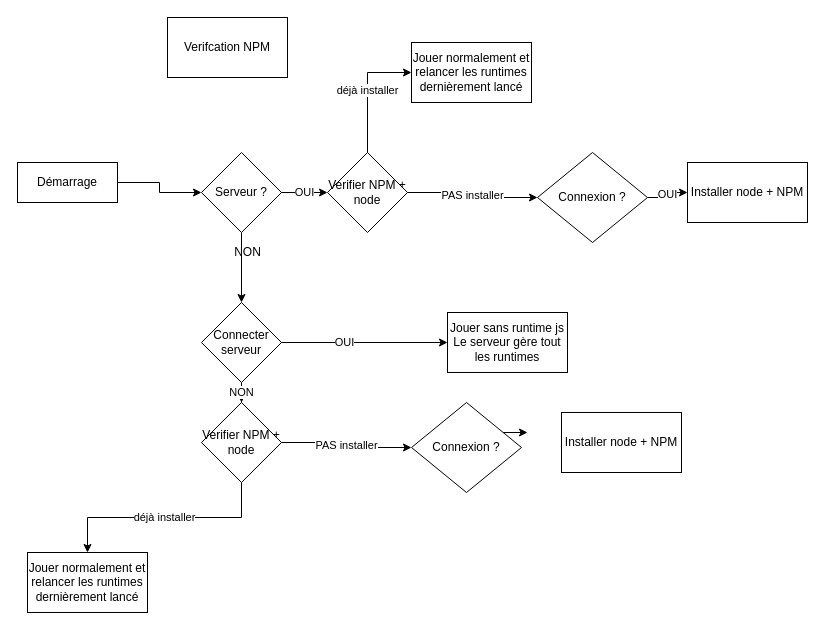
mycomputerjs/Schema keeps this draw.io diagram as brainstorming/mon idée.drawio. Above is the earlier version. Source tidied: cells renumbered, new cells numbered last; positions are measured from the earlier drawing's top-left corner, leaving out a move shared by most shapes. Both pictures are drawn from the tidied source at 100%, with x=0, y=0 at pixel (17, 17).
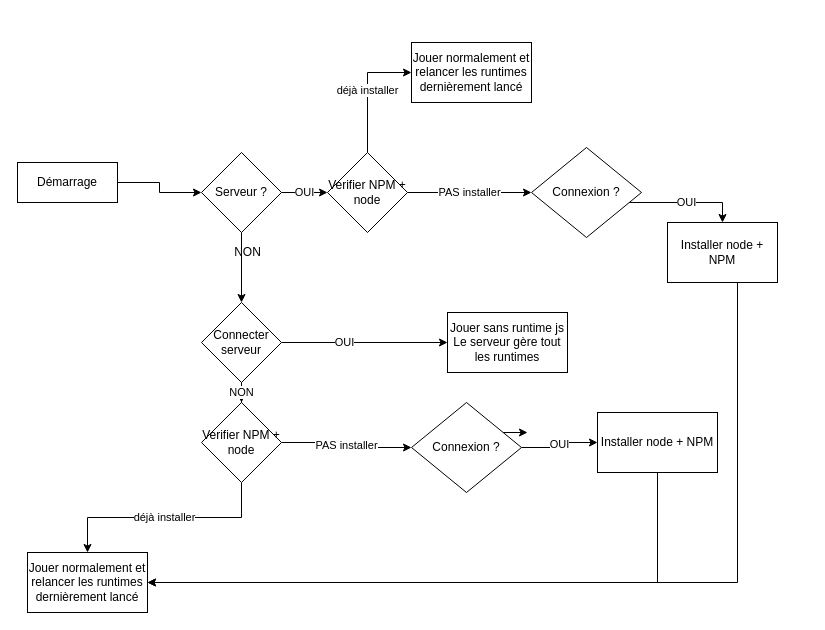
Above is the later version.

The change refers to these unchanged cells:
```xml
<mxCell id="21" value="Jouer normalement et relancer les runtimes dernièrement lancé" style="rounded=0;whiteSpace=wrap;html=1;" parent="1" vertex="1">
  <mxGeometry x="10" y="535" width="120" height="60" as="geometry" />
</mxCell>
<mxCell id="22" value="Connexion ?" style="rhombus;whiteSpace=wrap;html=1;" parent="1" vertex="1">
  <mxGeometry x="394" y="385" width="110" height="90" as="geometry" />
</mxCell>
```

What changed in the source:
```diff
@@
-    <mxCell id="4" value="Verifcation NPM" style="rounded=0;whiteSpace=wrap;html=1;" parent="1" vertex="1">
-      <mxGeometry x="150" width="120" height="60" as="geometry" />
-    </mxCell>
-    <mxCell id="5" value="OUI" style="edgeStyle=orthogonalEdgeStyle;rounded=0;jettySize=auto;html=1;entryX=0;entryY=0.5;entryDx=0;entryDy=0;" parent="1" edge="1" source="6" target="16">
-      <mxGeometry relative="1" as="geometry" />
-    </mxCell>
+    <mxCell id="28" value="OUI" style="edgeStyle=orthogonalEdgeStyle;rounded=0;jettySize=auto;html=1;entryX=0.5;entryY=0;entryDx=0;entryDy=0;" parent="1" edge="1" source="6" target="16">
+      <mxGeometry relative="1" as="geometry">
+        <Array as="points">
+          <mxPoint x="705" y="185" />
+        </Array>
+      </mxGeometry>
+    </mxCell>
     <mxCell id="6" value="Connexion ?" style="rhombus;whiteSpace=wrap;html=1;" parent="1" vertex="1">
-      <mxGeometry x="520" y="135" width="110" height="90" as="geometry" />
+      <mxGeometry x="514" y="130" width="110" height="90" as="geometry" />
     </mxCell>
@@
+    <mxCell id="29" style="edgeStyle=orthogonalEdgeStyle;rounded=0;jettySize=auto;html=1;entryX=1;entryY=0.5;entryDx=0;entryDy=0;" parent="1" edge="1" source="16" target="21">
+      <mxGeometry relative="1" as="geometry">
+        <Array as="points">
+          <mxPoint x="720" y="565" />
+        </Array>
+      </mxGeometry>
+    </mxCell>
     <mxCell id="16" value="Installer node + NPM" style="rounded=0;whiteSpace=wrap;html=1;" parent="1" vertex="1">
-      <mxGeometry x="670" y="145" width="120" height="60" as="geometry" />
+      <mxGeometry x="650" y="205" width="110" height="60" as="geometry" />
     </mxCell>
@@
+    <mxCell id="5" value="OUI" style="edgeStyle=orthogonalEdgeStyle;rounded=0;jettySize=auto;html=1;entryX=0;entryY=0.5;entryDx=0;entryDy=0;" parent="1" edge="1" source="22" target="25">
+      <mxGeometry relative="1" as="geometry" />
+    </mxCell>
@@
+    <mxCell id="30" style="edgeStyle=orthogonalEdgeStyle;rounded=0;jettySize=auto;html=1;entryX=1;entryY=0.5;entryDx=0;entryDy=0;" parent="1" edge="1" source="25" target="21">
+      <mxGeometry relative="1" as="geometry">
+        <Array as="points">
+          <mxPoint x="640" y="565" />
+        </Array>
+      </mxGeometry>
+    </mxCell>
     <mxCell id="25" value="Installer node + NPM" style="rounded=0;whiteSpace=wrap;html=1;" parent="1" vertex="1">
-      <mxGeometry x="544" y="395" width="120" height="60" as="geometry" />
+      <mxGeometry x="580" y="395" width="120" height="60" as="geometry" />
     </mxCell>
```
